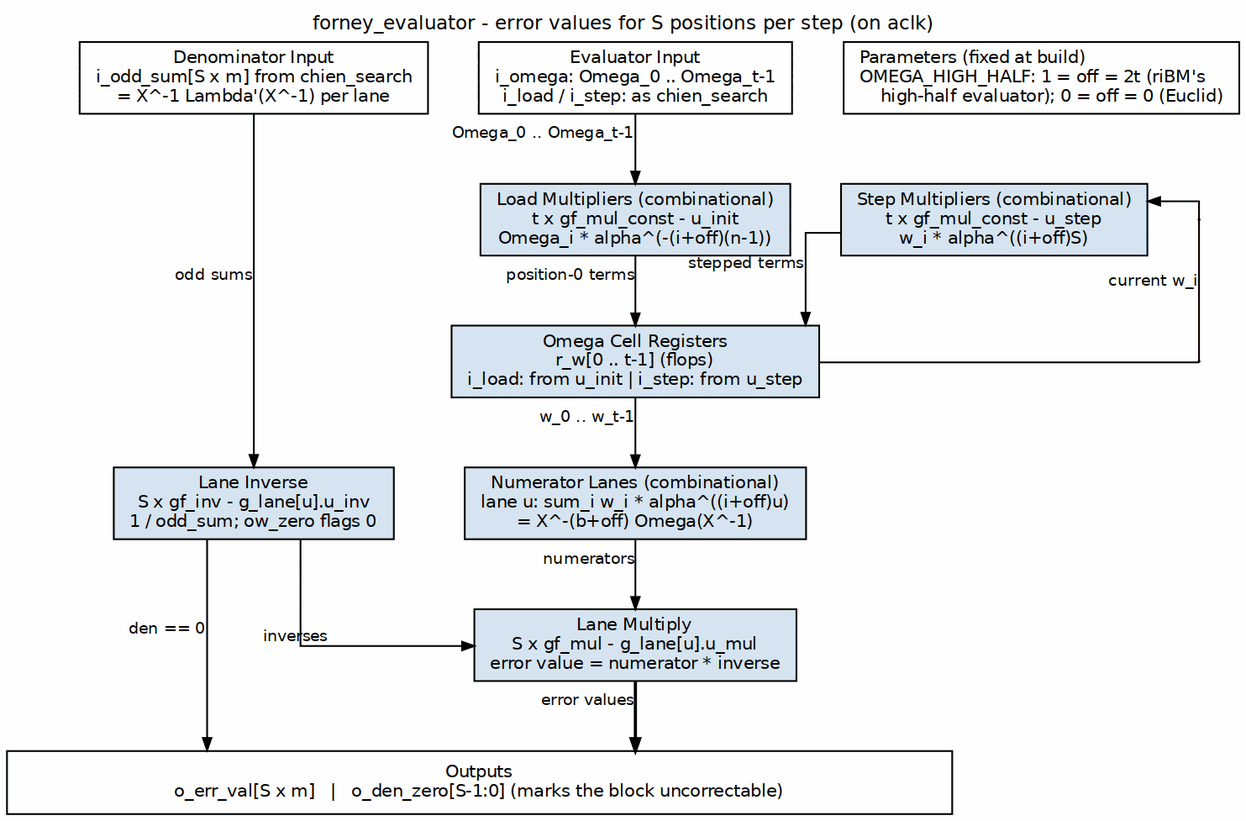
Earlier version of the Graphviz export projects/components/ecc-ip/reed-solomon/docs/reed_solomon_mas/assets/graphviz/rs_forney_evaluator.png (sean-galloway/RTLDesignSherpa). Its source is kept beside it as projects/components/ecc-ip/reed-solomon/docs/reed_solomon_mas/assets/graphviz/rs_forney_evaluator.dot. Source of this version:
```dot
digraph rs_forney_evaluator {
    graph [rankdir=TB, bgcolor="white", fontname="Helvetica", fontsize=11,
           nodesep="0.40", ranksep="0.55", splines=ortho, newrank=true,
           labelloc=t, labeljust=c];
    node  [fontname="Helvetica", fontsize=10, shape=box, style=filled,
           fillcolor="#D6E4F0", color="black", margin="0.12,0.06"];
    edge  [fontname="Helvetica", fontsize=9, color="black", arrowsize=0.7];
    label="forney_evaluator - error values for S positions per step (on aclk)";

    odd   [label="Denominator Input\ni_odd_sum[S x m] from chien_search\n= X^-1 Lambda'(X^-1) per lane", fillcolor="white", group=L];
    in    [label="Evaluator Input\ni_omega: Omega_0 .. Omega_t-1\ni_load / i_step: as chien_search", fillcolor="white", group=C];
    leg   [label="Parameters (fixed at build)\lOMEGA_HIGH_HALF: 1 = off = 2t (riBM's\l    high-half evaluator); 0 = off = 0 (Euclid)\l", fillcolor="white", group=R];

    init  [label="Load Multipliers (combinational)\nt x gf_mul_const - u_init\nOmega_i * alpha^(-(i+off)(n-1))", group=C];
    step  [label="Step Multipliers (combinational)\nt x gf_mul_const - u_step\nw_i * alpha^((i+off)S)", group=R];
    cells [label="Omega Cell Registers\nr_w[0 .. t-1] (flops)\ni_load: from u_init | i_step: from u_step", group=C];
    num   [label="Numerator Lanes (combinational)\nlane u: sum_i w_i * alpha^((i+off)u)\n= X^-(b+off) Omega(X^-1)", group=C];
    inv   [label="Lane Inverse\nS x gf_inv - g_lane[u].u_inv\n1 / odd_sum; ow_zero flags 0", group=L];
    mul   [label="Lane Multiply\nS x gf_mul - g_lane[u].u_mul\nerror value = numerator * inverse", group=C];

    bar   [label="Outputs\no_err_val[S x m]   |   o_den_zero[S-1:0] (marks the block uncorrectable)",
           fillcolor="white", width=7.5];

    in    -> init  [xlabel="Omega_0 .. Omega_t-1"];
    init  -> cells [xlabel="position-0 terms"];
    cells -> num   [xlabel="w_0 .. w_t-1"];
    num   -> mul   [xlabel="numerators"];
    odd   -> inv   [xlabel="odd sums"];
    inv   -> mul   [xlabel="inverses"];
    mul   -> bar   [xlabel="error values", penwidth=1.8];
    inv   -> bar   [xlabel="den == 0"];

    p_f1 [shape=point, width=0.01, group=F];
    p_f2 [shape=point, width=0.01, group=F];
    cells -> p_f2 [arrowhead=none, headclip=false];
    p_f1  -> p_f2 [dir=none, tailclip=false, headclip=false, xlabel="current w_i"];
    p_f1  -> step [tailclip=false];
    step  -> cells [xlabel="stepped terms"];

    { rank=same; odd; in; leg; }
    { rank=same; init; step; p_f1; }
    { rank=same; cells; p_f2; }
    { rank=same; num; inv; }
    odd -> in -> leg [style=invis];
    init -> step -> p_f1 [style=invis];
}
```
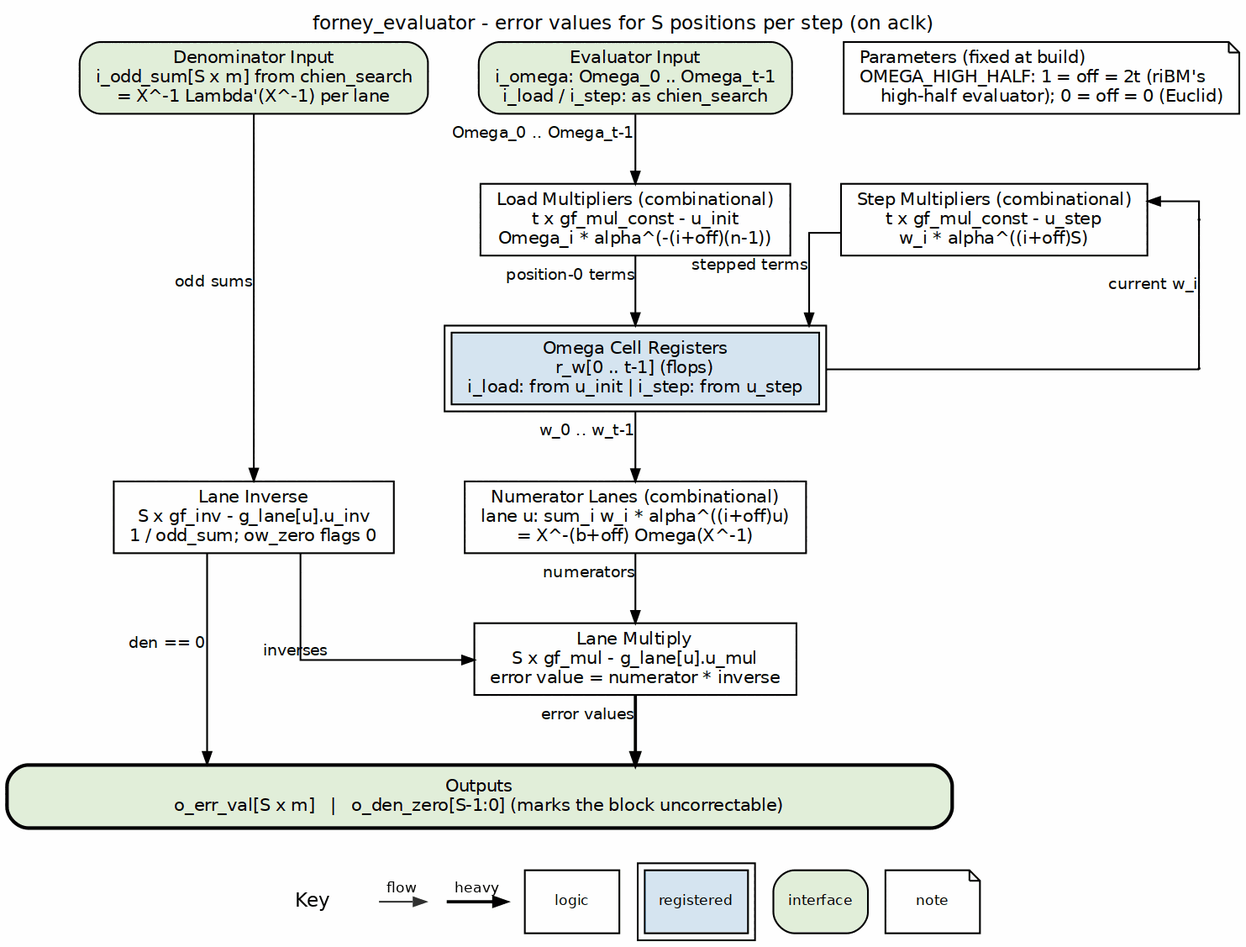
After the commit.

Diff of the diagram source:
```diff
@@ -3,23 +3,23 @@
            nodesep="0.40", ranksep="0.55", splines=ortho, newrank=true,
            labelloc=t, labeljust=c];
     node  [fontname="Helvetica", fontsize=10, shape=box, style=filled,
-           fillcolor="#D6E4F0", color="black", margin="0.12,0.06"];
+           fillcolor="white", color="black", margin="0.12,0.06"];
     edge  [fontname="Helvetica", fontsize=9, color="black", arrowsize=0.7];
     label="forney_evaluator - error values for S positions per step (on aclk)";
 
-    odd   [label="Denominator Input\ni_odd_sum[S x m] from chien_search\n= X^-1 Lambda'(X^-1) per lane", fillcolor="white", group=L];
-    in    [label="Evaluator Input\ni_omega: Omega_0 .. Omega_t-1\ni_load / i_step: as chien_search", fillcolor="white", group=C];
-    leg   [label="Parameters (fixed at build)\lOMEGA_HIGH_HALF: 1 = off = 2t (riBM's\l    high-half evaluator); 0 = off = 0 (Euclid)\l", fillcolor="white", group=R];
+    odd   [label="Denominator Input\ni_odd_sum[S x m] from chien_search\n= X^-1 Lambda'(X^-1) per lane", fillcolor="white", group=L, style="rounded,filled", fillcolor="#E2EFDA"];
+    in    [label="Evaluator Input\ni_omega: Omega_0 .. Omega_t-1\ni_load / i_step: as chien_search", fillcolor="white", group=C, style="rounded,filled", fillcolor="#E2EFDA"];
+    leg   [label="Parameters (fixed at build)\lOMEGA_HIGH_HALF: 1 = off = 2t (riBM's\l    high-half evaluator); 0 = off = 0 (Euclid)\l", fillcolor="white", group=R, shape=note];
 
-    init  [label="Load Multipliers (combinational)\nt x gf_mul_const - u_init\nOmega_i * alpha^(-(i+off)(n-1))", group=C];
-    step  [label="Step Multipliers (combinational)\nt x gf_mul_const - u_step\nw_i * alpha^((i+off)S)", group=R];
-    cells [label="Omega Cell Registers\nr_w[0 .. t-1] (flops)\ni_load: from u_init | i_step: from u_step", group=C];
-    num   [label="Numerator Lanes (combinational)\nlane u: sum_i w_i * alpha^((i+off)u)\n= X^-(b+off) Omega(X^-1)", group=C];
-    inv   [label="Lane Inverse\nS x gf_inv - g_lane[u].u_inv\n1 / odd_sum; ow_zero flags 0", group=L];
-    mul   [label="Lane Multiply\nS x gf_mul - g_lane[u].u_mul\nerror value = numerator * inverse", group=C];
+    init  [label="Load Multipliers (combinational)\nt x gf_mul_const - u_init\nOmega_i * alpha^(-(i+off)(n-1))", group=C, style="filled", fillcolor="white"];
+    step  [label="Step Multipliers (combinational)\nt x gf_mul_const - u_step\nw_i * alpha^((i+off)S)", group=R, style="filled", fillcolor="white"];
+    cells [label="Omega Cell Registers\nr_w[0 .. t-1] (flops)\ni_load: from u_init | i_step: from u_step", group=C, peripheries=2, style="filled", fillcolor="#D6E4F0"];
+    num   [label="Numerator Lanes (combinational)\nlane u: sum_i w_i * alpha^((i+off)u)\n= X^-(b+off) Omega(X^-1)", group=C, style="filled", fillcolor="white"];
+    inv   [label="Lane Inverse\nS x gf_inv - g_lane[u].u_inv\n1 / odd_sum; ow_zero flags 0", group=L, style="filled", fillcolor="white"];
+    mul   [label="Lane Multiply\nS x gf_mul - g_lane[u].u_mul\nerror value = numerator * inverse", group=C, style="filled", fillcolor="white"];
 
     bar   [label="Outputs\no_err_val[S x m]   |   o_den_zero[S-1:0] (marks the block uncorrectable)",
-           fillcolor="white", width=7.5];
+           fillcolor="white", width=7.5, style="rounded,filled,bold", fillcolor="#E2EFDA"];
 
     in    -> init  [xlabel="Omega_0 .. Omega_t-1"];
     init  -> cells [xlabel="position-0 terms"];
```
